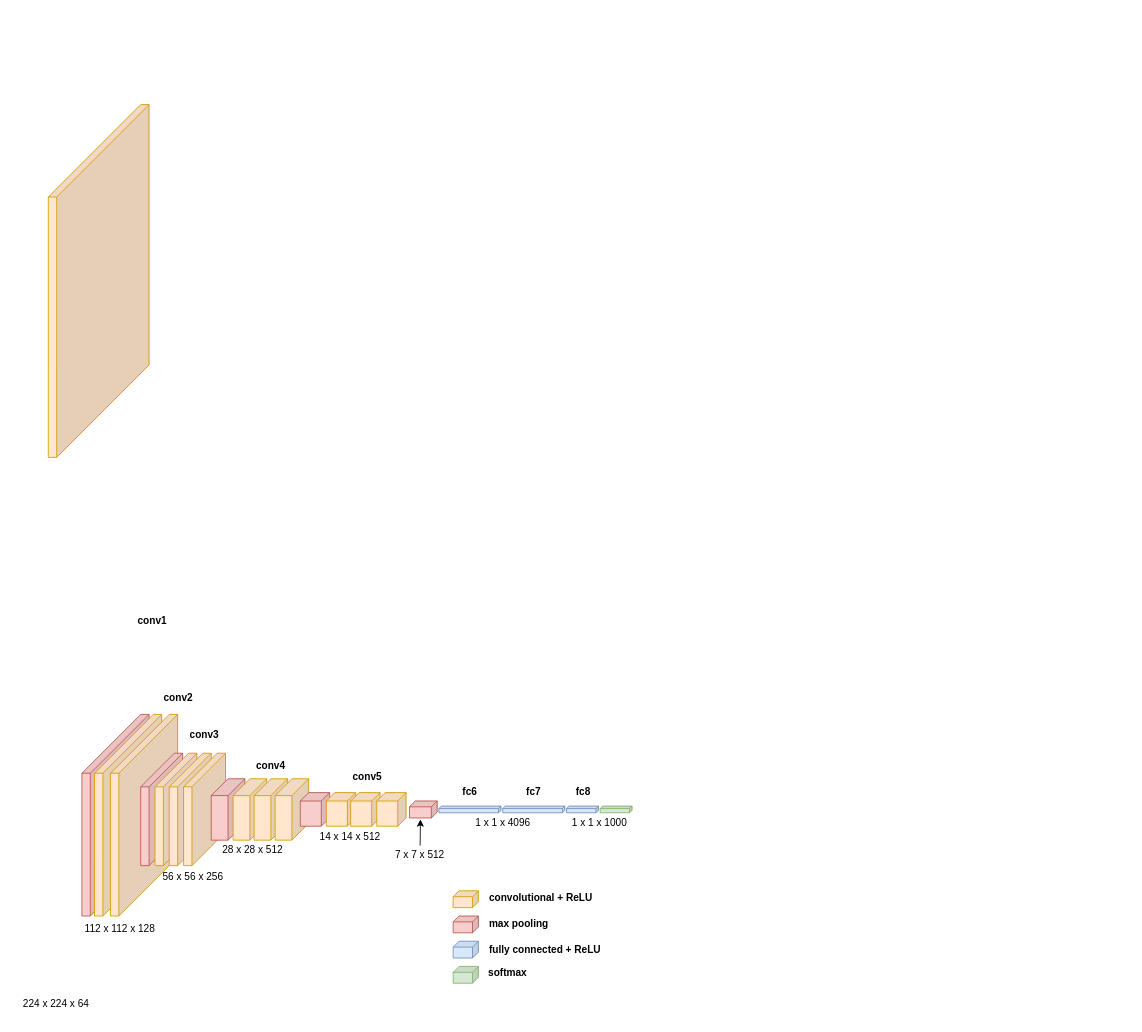
Above: vgg16_xml.drawio in farzin23i/Neural-Network-Architecture-Diagrams (draw.io), before the change. Source tidied: cells renumbered, new cells numbered last; positions are measured from the earlier drawing's top-left corner, leaving out a move shared by most shapes. Both pictures are drawn from the tidied source at 84%, with x=0, y=0 at pixel (14, 104).
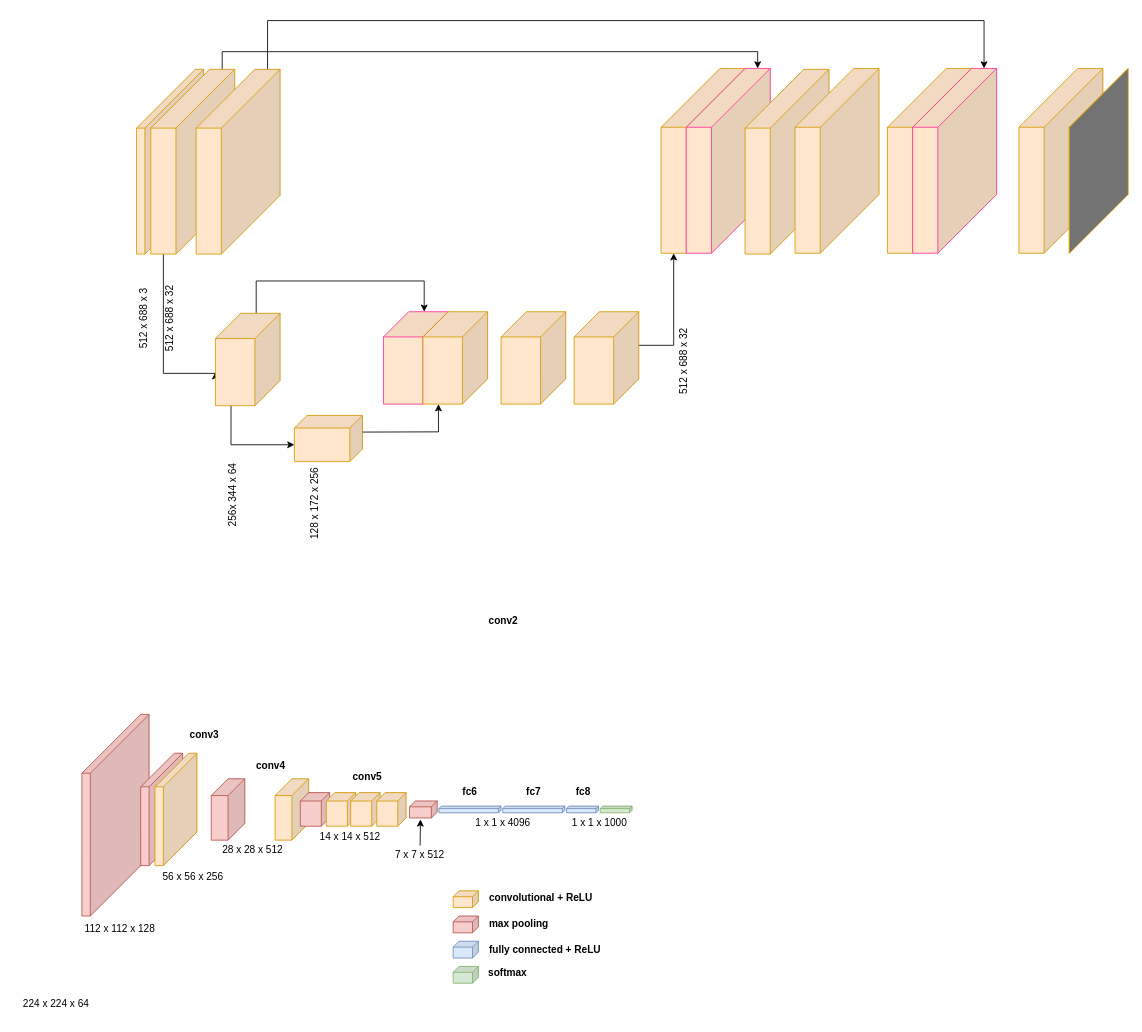
The same page after the edit.

What changed in the source:
```diff
@@
-    <mxCell id="2" style="shape=cube;whiteSpace=wrap;html=1;boundedLbl=1;backgroundOutline=1;darkOpacity=0.05;darkOpacity2=0.1;size=110;direction=east;flipH=1;fillColor=#ffe6cc;strokeColor=#d79b00;" parent="1" vertex="1">
-      <mxGeometry x="40" width="120" height="420" as="geometry" />
-    </mxCell>
@@
-    <mxCell id="4" style="shape=cube;whiteSpace=wrap;html=1;boundedLbl=1;backgroundOutline=1;darkOpacity=0.05;darkOpacity2=0.1;size=70;direction=east;flipH=1;fillColor=#ffe6cc;strokeColor=#d79b00;" parent="1" vertex="1">
-      <mxGeometry x="95" y="726" width="80" height="240" as="geometry" />
-    </mxCell>
-    <mxCell id="5" style="shape=cube;whiteSpace=wrap;html=1;boundedLbl=1;backgroundOutline=1;darkOpacity=0.05;darkOpacity2=0.1;size=70;direction=east;flipH=1;fillColor=#ffe6cc;strokeColor=#d79b00;" parent="1" vertex="1">
-      <mxGeometry x="114" y="726" width="80" height="240" as="geometry" />
-    </mxCell>
@@
-    <mxCell id="8" style="shape=cube;whiteSpace=wrap;html=1;boundedLbl=1;backgroundOutline=1;darkOpacity=0.05;darkOpacity2=0.1;size=40;direction=east;flipH=1;fillColor=#ffe6cc;strokeColor=#d79b00;" parent="1" vertex="1">
-      <mxGeometry x="184" y="772.2" width="50" height="133.8" as="geometry" />
-    </mxCell>
-    <mxCell id="9" style="shape=cube;whiteSpace=wrap;html=1;boundedLbl=1;backgroundOutline=1;darkOpacity=0.05;darkOpacity2=0.1;size=40;direction=east;flipH=1;fillColor=#ffe6cc;strokeColor=#d79b00;" parent="1" vertex="1">
-      <mxGeometry x="201" y="772.2" width="50" height="133.8" as="geometry" />
-    </mxCell>
@@
-    <mxCell id="11" style="shape=cube;whiteSpace=wrap;html=1;boundedLbl=1;backgroundOutline=1;darkOpacity=0.05;darkOpacity2=0.1;size=20;direction=east;flipH=1;fillColor=#ffe6cc;strokeColor=#d79b00;" parent="1" vertex="1">
-      <mxGeometry x="260" y="802.6" width="40" height="73.1" as="geometry" />
-    </mxCell>
-    <mxCell id="12" style="shape=cube;whiteSpace=wrap;html=1;boundedLbl=1;backgroundOutline=1;darkOpacity=0.05;darkOpacity2=0.1;size=20;direction=east;flipH=1;fillColor=#ffe6cc;strokeColor=#d79b00;" parent="1" vertex="1">
-      <mxGeometry x="285" y="802.6" width="40" height="73.1" as="geometry" />
-    </mxCell>
@@
-    <mxCell id="25" value="&lt;b&gt;conv1&lt;/b&gt;" style="text;html=1;strokeColor=none;fillColor=none;align=center;verticalAlign=middle;whiteSpace=wrap;rounded=0;" parent="1" vertex="1">
-      <mxGeometry x="144" y="600" width="40" height="30" as="geometry" />
-    </mxCell>
     <mxCell id="26" value="&lt;b&gt;conv2&lt;/b&gt;" style="text;html=1;strokeColor=none;fillColor=none;align=center;verticalAlign=middle;whiteSpace=wrap;rounded=0;" parent="1" vertex="1">
-      <mxGeometry x="175" y="692" width="40" height="30" as="geometry" />
+      <mxGeometry x="561.5" y="600" width="40" height="30" as="geometry" />
     </mxCell>
@@
+    <mxCell id="48" value="128 x 172 x 256" style="text;html=1;strokeColor=none;fillColor=none;align=center;verticalAlign=middle;whiteSpace=wrap;rounded=0;rotation=-90;" parent="1" vertex="1">
+      <mxGeometry x="308" y="460" width="99" height="30" as="geometry" />
+    </mxCell>
+    <mxCell id="49" value="256x 344 x 64" style="text;html=1;strokeColor=none;fillColor=none;align=center;verticalAlign=middle;whiteSpace=wrap;rounded=0;rotation=-90;" parent="1" vertex="1">
+      <mxGeometry x="211" y="450" width="99" height="30" as="geometry" />
+    </mxCell>
+    <mxCell id="50" style="shape=cube;whiteSpace=wrap;html=1;boundedLbl=1;backgroundOutline=1;darkOpacity=0.05;darkOpacity2=0.1;size=70;direction=east;flipH=1;fillColor=#ffe6cc;strokeColor=#d79b00;" parent="1" vertex="1">
+      <mxGeometry x="145" y="-42" width="80" height="220" as="geometry" />
+    </mxCell>
+    <mxCell id="51" style="edgeStyle=orthogonalEdgeStyle;rounded=0;jettySize=auto;html=1;entryX=0;entryY=0;entryDx=15;entryDy=0;entryPerimeter=0;fontColor=#383838;exitX=0;exitY=0;exitDx=15;exitDy=0;exitPerimeter=0;" parent="1" edge="1" source="69" target="71">
+      <mxGeometry relative="1" as="geometry">
+        <Array as="points">
+          <mxPoint x="301" y="-100" />
+          <mxPoint x="1154" y="-100" />
+        </Array>
+      </mxGeometry>
+    </mxCell>
+    <mxCell id="52" style="edgeStyle=orthogonalEdgeStyle;rounded=0;jettySize=auto;html=1;exitX=0;exitY=0;exitDx=85;exitDy=220;exitPerimeter=0;fontColor=#383838;entryX=0;entryY=0;entryDx=77;entryDy=70;entryPerimeter=0;" parent="1" edge="1" source="4" target="58">
+      <mxGeometry relative="1" as="geometry">
+        <Array as="points">
+          <mxPoint x="177" y="320" />
+          <mxPoint x="239" y="320" />
+        </Array>
+      </mxGeometry>
+    </mxCell>
+    <mxCell id="53" style="edgeStyle=orthogonalEdgeStyle;rounded=0;jettySize=auto;html=1;exitX=0;exitY=0;exitDx=15;exitDy=0;exitPerimeter=0;entryX=0;entryY=0;entryDx=15;entryDy=0;entryPerimeter=0;fontColor=#383838;" parent="1" edge="1" source="4" target="70">
+      <mxGeometry relative="1" as="geometry" />
+    </mxCell>
+    <mxCell id="4" style="shape=cube;whiteSpace=wrap;html=1;boundedLbl=1;backgroundOutline=1;darkOpacity=0.05;darkOpacity2=0.1;size=70;direction=east;flipH=1;fillColor=#ffe6cc;strokeColor=#d79b00;" parent="1" vertex="1">
+      <mxGeometry x="162" y="-42" width="100" height="220" as="geometry" />
+    </mxCell>
+    <mxCell id="54" value="512 x 688 x 3&amp;nbsp;" style="text;html=1;strokeColor=none;fillColor=none;align=center;verticalAlign=middle;whiteSpace=wrap;rounded=0;rotation=-90;" parent="1" vertex="1">
+      <mxGeometry x="105" y="238" width="99" height="30" as="geometry" />
+    </mxCell>
+    <mxCell id="55" value="512 x 688 x 32&amp;nbsp;" style="text;html=1;strokeColor=none;fillColor=none;align=center;verticalAlign=middle;whiteSpace=wrap;rounded=0;rotation=-90;" parent="1" vertex="1">
+      <mxGeometry x="136" y="238" width="99" height="30" as="geometry" />
+    </mxCell>
+    <mxCell id="56" style="edgeStyle=orthogonalEdgeStyle;rounded=0;jettySize=auto;html=1;exitX=0;exitY=0;exitDx=28.5;exitDy=0;exitPerimeter=0;entryX=0;entryY=0;entryDx=28.5;entryDy=0;entryPerimeter=0;fontColor=#383838;" parent="1" edge="1" source="58" target="61">
+      <mxGeometry relative="1" as="geometry">
+        <Array as="points">
+          <mxPoint x="288" y="210" />
+          <mxPoint x="488" y="210" />
+        </Array>
+      </mxGeometry>
+    </mxCell>
+    <mxCell id="57" style="edgeStyle=orthogonalEdgeStyle;rounded=0;jettySize=auto;html=1;exitX=0;exitY=0;exitDx=58.5;exitDy=110;exitPerimeter=0;entryX=0;entryY=0;entryDx=81;entryDy=35;entryPerimeter=0;fontColor=#383838;" parent="1" edge="1" source="58" target="60">
+      <mxGeometry relative="1" as="geometry" />
+    </mxCell>
+    <mxCell id="58" style="shape=cube;whiteSpace=wrap;html=1;boundedLbl=1;backgroundOutline=1;darkOpacity=0.05;darkOpacity2=0.1;size=30;direction=east;flipH=1;fillColor=#ffe6cc;strokeColor=#d79b00;" parent="1" vertex="1">
+      <mxGeometry x="239" y="248.5" width="77" height="110" as="geometry" />
+    </mxCell>
+    <mxCell id="59" style="edgeStyle=orthogonalEdgeStyle;rounded=0;jettySize=auto;html=1;exitX=0;exitY=0;exitDx=0;exitDy=20;exitPerimeter=0;entryX=0;entryY=0;entryDx=58.5;entryDy=110;entryPerimeter=0;fontColor=#383838;" parent="1" edge="1" source="60" target="62">
+      <mxGeometry relative="1" as="geometry">
+        <Array as="points">
+          <mxPoint x="376" y="389.6" />
+          <mxPoint x="526" y="389.6" />
+        </Array>
+      </mxGeometry>
+    </mxCell>
+    <mxCell id="60" style="shape=cube;whiteSpace=wrap;html=1;boundedLbl=1;backgroundOutline=1;darkOpacity=0.05;darkOpacity2=0.1;size=15;direction=east;flipH=1;fillColor=#ffe6cc;strokeColor=#d79b00;" parent="1" vertex="1">
+      <mxGeometry x="333" y="370" width="81" height="55" as="geometry" />
+    </mxCell>
+    <mxCell id="61" style="shape=cube;whiteSpace=wrap;html=1;boundedLbl=1;backgroundOutline=1;darkOpacity=0.05;darkOpacity2=0.1;size=30;direction=east;flipH=1;fillColor=#ffe6cc;strokeColor=#FF3399;" parent="1" vertex="1">
+      <mxGeometry x="439" y="246.6" width="77" height="110" as="geometry" />
+    </mxCell>
+    <mxCell id="62" style="shape=cube;whiteSpace=wrap;html=1;boundedLbl=1;backgroundOutline=1;darkOpacity=0.05;darkOpacity2=0.1;size=30;direction=east;flipH=1;fillColor=#ffe6cc;strokeColor=#d79b00;" parent="1" vertex="1">
+      <mxGeometry x="486" y="246.6" width="77" height="110" as="geometry" />
+    </mxCell>
+    <mxCell id="63" style="shape=cube;whiteSpace=wrap;html=1;boundedLbl=1;backgroundOutline=1;darkOpacity=0.05;darkOpacity2=0.1;size=30;direction=east;flipH=1;fillColor=#ffe6cc;strokeColor=#d79b00;" parent="1" vertex="1">
+      <mxGeometry x="579" y="246.6" width="77" height="110" as="geometry" />
+    </mxCell>
+    <mxCell id="64" style="edgeStyle=orthogonalEdgeStyle;rounded=0;jettySize=auto;html=1;exitX=0;exitY=0;exitDx=0;exitDy=40;exitPerimeter=0;entryX=0;entryY=0;entryDx=85;entryDy=220;entryPerimeter=0;fontColor=#383838;" parent="1" edge="1" source="65" target="66">
+      <mxGeometry relative="1" as="geometry" />
+    </mxCell>
+    <mxCell id="65" style="shape=cube;whiteSpace=wrap;html=1;boundedLbl=1;backgroundOutline=1;darkOpacity=0.05;darkOpacity2=0.1;size=30;direction=east;flipH=1;fillColor=#ffe6cc;strokeColor=#d79b00;" parent="1" vertex="1">
+      <mxGeometry x="666" y="246.6" width="77" height="110" as="geometry" />
+    </mxCell>
+    <mxCell id="66" style="shape=cube;whiteSpace=wrap;html=1;boundedLbl=1;backgroundOutline=1;darkOpacity=0.05;darkOpacity2=0.1;size=70;direction=east;flipH=1;fillColor=#ffe6cc;strokeColor=#d79b00;" parent="1" vertex="1">
+      <mxGeometry x="769.5" y="-43" width="100" height="220" as="geometry" />
+    </mxCell>
+    <mxCell id="67" value="512 x 688 x 32&amp;nbsp;" style="text;html=1;strokeColor=none;fillColor=none;align=center;verticalAlign=middle;whiteSpace=wrap;rounded=0;rotation=-90;" parent="1" vertex="1">
+      <mxGeometry x="746.5" y="289.5" width="99" height="30" as="geometry" />
+    </mxCell>
+    <mxCell id="68" style="shape=cube;whiteSpace=wrap;html=1;boundedLbl=1;backgroundOutline=1;darkOpacity=0.05;darkOpacity2=0.1;size=70;direction=east;flipH=1;fillColor=#ffe6cc;strokeColor=#d79b00;" parent="1" vertex="1">
+      <mxGeometry x="1039" y="-43" width="100" height="220" as="geometry" />
+    </mxCell>
+    <mxCell id="69" style="shape=cube;whiteSpace=wrap;html=1;boundedLbl=1;backgroundOutline=1;darkOpacity=0.05;darkOpacity2=0.1;size=70;direction=east;flipH=1;fillColor=#ffe6cc;strokeColor=#d79b00;" parent="1" vertex="1">
+      <mxGeometry x="216" y="-42" width="100" height="220" as="geometry" />
+    </mxCell>
+    <mxCell id="70" style="shape=cube;whiteSpace=wrap;html=1;boundedLbl=1;backgroundOutline=1;darkOpacity=0.05;darkOpacity2=0.1;size=70;direction=east;flipH=1;fillColor=#ffe6cc;strokeColor=#FF3399;" parent="1" vertex="1">
+      <mxGeometry x="799.5" y="-43" width="100" height="220" as="geometry" />
+    </mxCell>
+    <mxCell id="71" style="shape=cube;whiteSpace=wrap;html=1;boundedLbl=1;backgroundOutline=1;darkOpacity=0.05;darkOpacity2=0.1;size=70;direction=east;flipH=1;fillColor=#ffe6cc;strokeColor=#FF3399;" parent="1" vertex="1">
+      <mxGeometry x="1069" y="-43" width="100" height="220" as="geometry" />
+    </mxCell>
+    <mxCell id="72" style="shape=cube;whiteSpace=wrap;html=1;boundedLbl=1;backgroundOutline=1;darkOpacity=0.05;darkOpacity2=0.1;size=70;direction=east;flipH=1;fillColor=#ffe6cc;strokeColor=#d79b00;" parent="1" vertex="1">
+      <mxGeometry x="1195.5" y="-43" width="100" height="220" as="geometry" />
+    </mxCell>
+    <mxCell id="73" style="shape=cube;whiteSpace=wrap;html=1;boundedLbl=1;backgroundOutline=1;darkOpacity=0.05;darkOpacity2=0.1;size=70;direction=east;flipH=1;fillColor=#808080;strokeColor=#d79b00;" parent="1" vertex="1">
+      <mxGeometry x="1255.5" y="-43" width="70" height="220" as="geometry" />
+    </mxCell>
+    <mxCell id="74" style="shape=cube;whiteSpace=wrap;html=1;boundedLbl=1;backgroundOutline=1;darkOpacity=0.05;darkOpacity2=0.1;size=70;direction=east;flipH=1;fillColor=#ffe6cc;strokeColor=#d79b00;" parent="1" vertex="1">
+      <mxGeometry x="869.5" y="-42" width="100" height="220" as="geometry" />
+    </mxCell>
+    <mxCell id="75" style="shape=cube;whiteSpace=wrap;html=1;boundedLbl=1;backgroundOutline=1;darkOpacity=0.05;darkOpacity2=0.1;size=70;direction=east;flipH=1;fillColor=#ffe6cc;strokeColor=#d79b00;" parent="1" vertex="1">
+      <mxGeometry x="929" y="-43" width="100" height="220" as="geometry" />
+    </mxCell>
```
